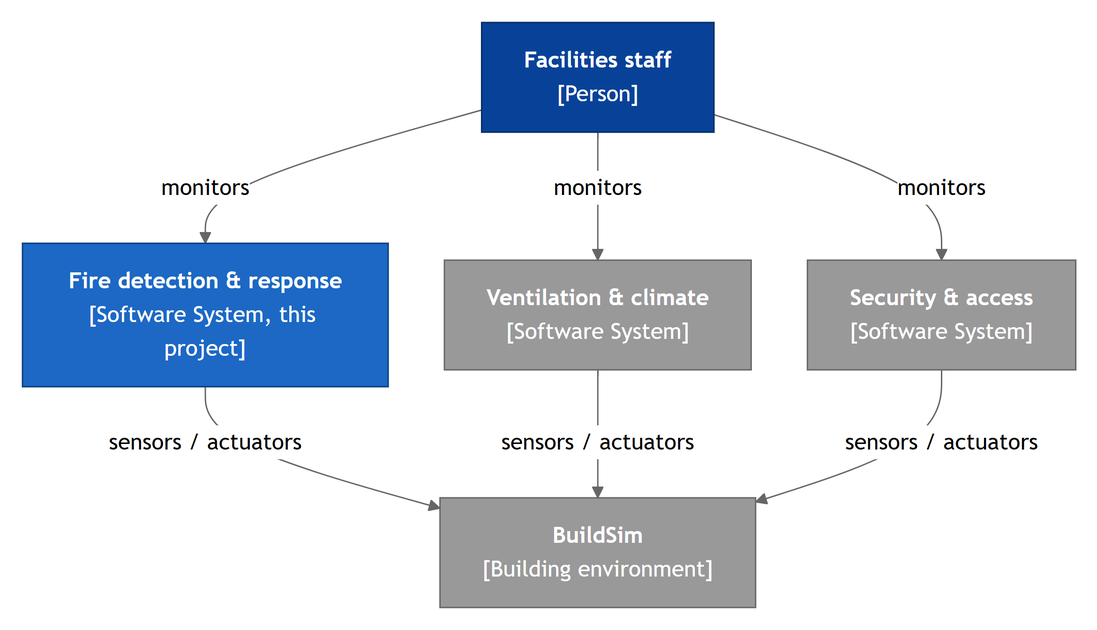
Above: firelab/Embedded_Intelligence_at_the_edge_Project_Proposal/images/landscape.png in Ekpenyong-Esu/BuildSim-FireDetection (Mermaid), before the change. Its source is kept beside it as firelab/Embedded_Intelligence_at_the_edge_Project_Proposal/images/landscape.mmd.
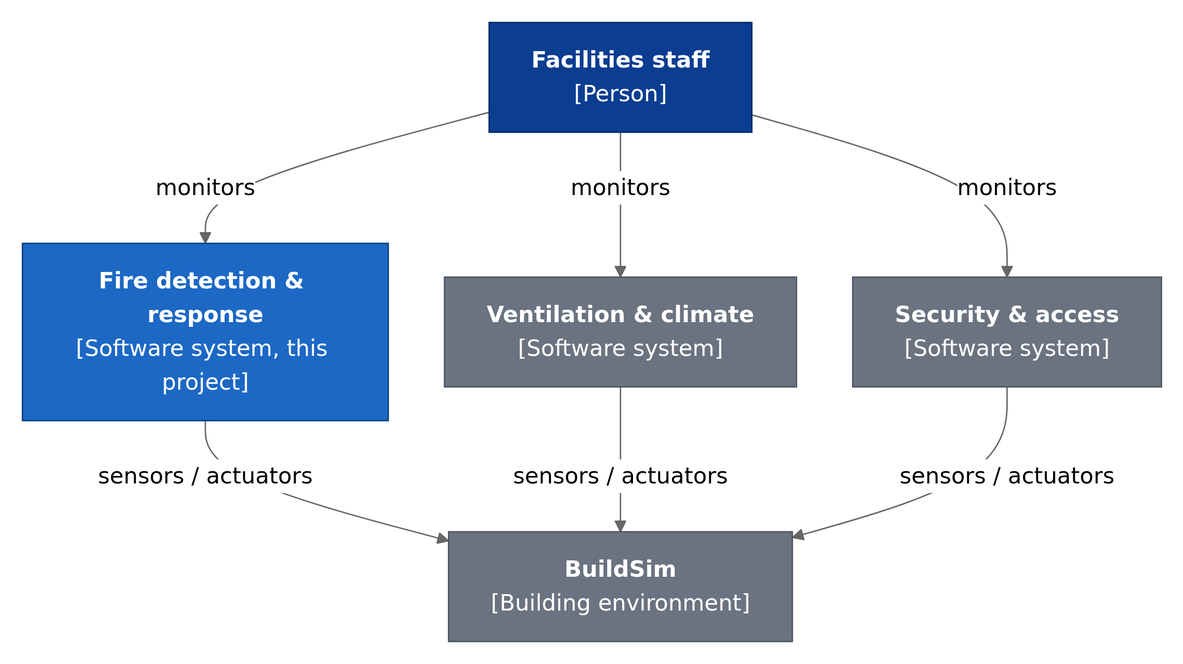
After the commit.

The edit, as a diff of the source:
```diff
@@ -1,8 +1,8 @@
 flowchart TB
   FM["<b>Facilities staff</b><br/>[Person]"]
-  FIRE["<b>Fire detection &amp; response</b><br/>[Software System, this project]"]
-  VENT["<b>Ventilation &amp; climate</b><br/>[Software System]"]
-  SEC["<b>Security &amp; access</b><br/>[Software System]"]
+  FIRE["<b>Fire detection &amp; response</b><br/>[Software system, this project]"]
+  VENT["<b>Ventilation &amp; climate</b><br/>[Software system]"]
+  SEC["<b>Security &amp; access</b><br/>[Software system]"]
   BS["<b>BuildSim</b><br/>[Building environment]"]
   FM -- monitors --> FIRE
   FM -- monitors --> VENT
@@ -10,9 +10,9 @@
   FIRE -- "sensors / actuators" --> BS
   VENT -- "sensors / actuators" --> BS
   SEC -- "sensors / actuators" --> BS
-  classDef person fill:#084298,stroke:#052c65,color:#ffffff
+  classDef person fill:#0b3d91,stroke:#072a66,color:#ffffff
   classDef sys fill:#1c68c4,stroke:#0b3d7a,color:#ffffff
-  classDef ext fill:#999999,stroke:#666666,color:#ffffff
+  classDef ext fill:#6b7280,stroke:#4b5563,color:#ffffff
   class FM person
   class FIRE sys
   class VENT,SEC,BS ext
```
